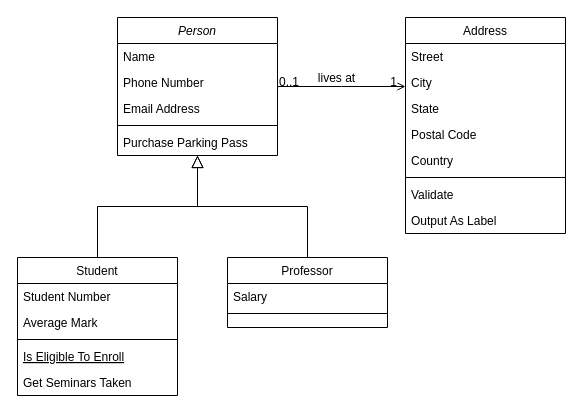
This is Untitled Diagram.drawio from al-khoodhy/erd-apk-photo, a draw.io file, before an edit. Source tidied: cells renumbered, new cells numbered last; positions are measured from the earlier drawing's top-left corner, leaving out a move shared by most shapes. Both pictures are drawn from the tidied source at 100%, with x=0, y=0 at pixel (17, 17).
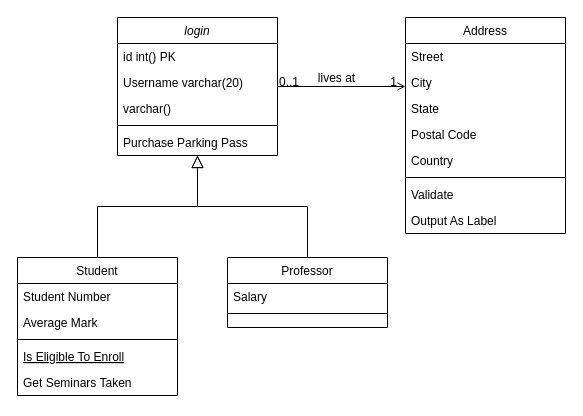
The same page after the edit.

The edit, as a diff of the source:
```diff
@@
-    <mxCell id="2" value="Person" style="swimlane;fontStyle=2;align=center;verticalAlign=top;horizontal=1;startSize=26;rounded=0;shadow=0;strokeWidth=1;" parent="1" vertex="1">
+    <mxCell id="2" value="login" style="swimlane;fontStyle=2;align=center;verticalAlign=top;horizontal=1;startSize=26;rounded=0;shadow=0;strokeWidth=1;" parent="1" vertex="1">
       <mxGeometry x="100" width="160" height="138" as="geometry" />
     </mxCell>
-    <mxCell id="3" value="Name" style="text;align=left;verticalAlign=top;spacingLeft=4;spacingRight=4;overflow=hidden;" parent="2" vertex="1">
+    <mxCell id="3" value="id int() PK" style="text;align=left;verticalAlign=top;spacingLeft=4;spacingRight=4;overflow=hidden;" parent="2" vertex="1">
       <mxGeometry y="26" width="160" height="26" as="geometry" />
     </mxCell>
-    <mxCell id="4" value="Phone Number" style="text;align=left;verticalAlign=top;spacingLeft=4;spacingRight=4;overflow=hidden;rounded=0;shadow=0;html=0;" parent="2" vertex="1">
+    <mxCell id="4" value="Username varchar(20)" style="text;align=left;verticalAlign=top;spacingLeft=4;spacingRight=4;overflow=hidden;rounded=0;shadow=0;html=0;" parent="2" vertex="1">
       <mxGeometry y="52" width="160" height="26" as="geometry" />
     </mxCell>
-    <mxCell id="5" value="Email Address" style="text;align=left;verticalAlign=top;spacingLeft=4;spacingRight=4;overflow=hidden;rounded=0;shadow=0;html=0;" parent="2" vertex="1">
+    <mxCell id="5" value="varchar()" style="text;align=left;verticalAlign=top;spacingLeft=4;spacingRight=4;overflow=hidden;rounded=0;shadow=0;html=0;" parent="2" vertex="1">
       <mxGeometry y="78" width="160" height="26" as="geometry" />
     </mxCell>
```
